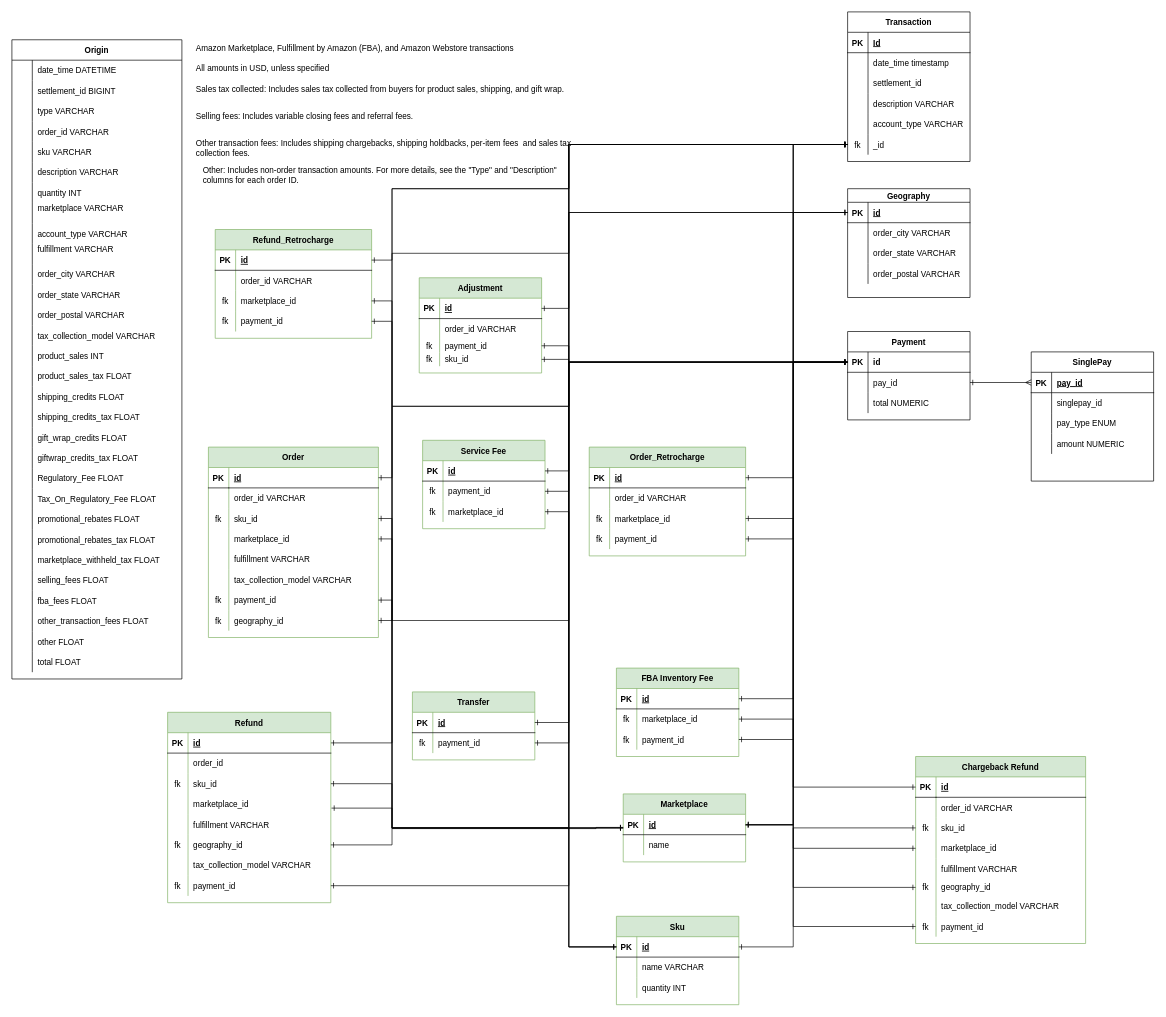
Urzhumtsev1/maelys keeps this draw.io diagram as norm_maelys.drawio.xml. Above is the earlier version. Source tidied: cells renumbered, new cells numbered last; positions are measured from the earlier drawing's top-left corner, leaving out a move shared by most shapes. Both pictures are drawn from the tidied source at 68%, with x=0, y=0 at pixel (12, 12).
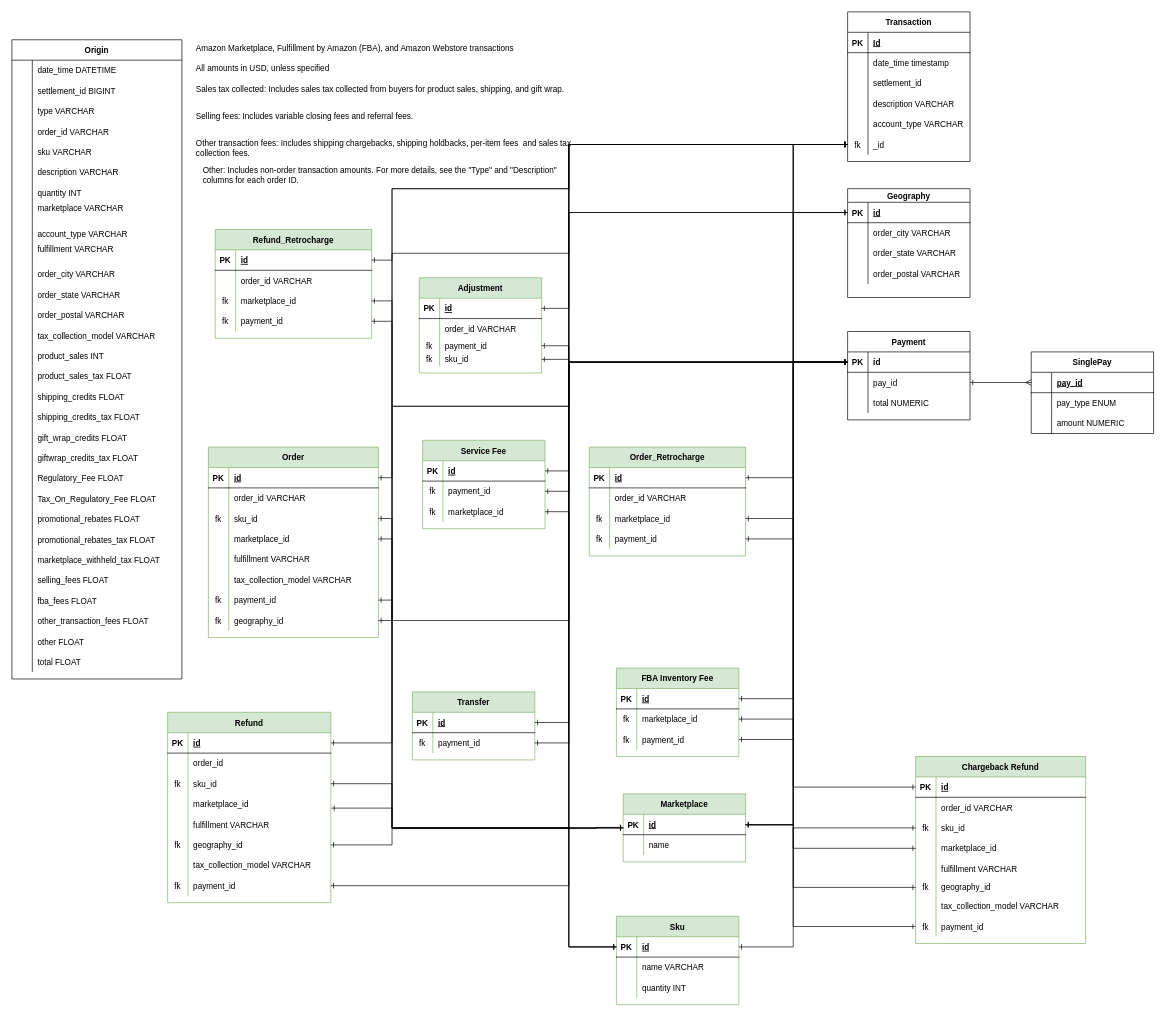
The same diagram, later.

The change refers to these unchanged cells:
```xml
<mxCell id="240" style="shape=tableRow;horizontal=0;startSize=0;swimlaneHead=0;swimlaneBody=0;fillColor=none;points=[[0,0.5],[1,0.5]];portConstraint=eastwest;top=0;left=0;right=0;bottom=1;strokeColor=default;" parent="239" vertex="1">
  <mxGeometry y="30" width="180" height="30" as="geometry" />
</mxCell>
```

Diff of the diagram source:
```diff
@@
     <mxCell id="239" value="SinglePay" style="shape=table;startSize=30;childLayout=tableLayout;rowLines=0;fontStyle=1;align=center;strokeColor=default;" parent="1" vertex="1">
-      <mxGeometry x="1499" y="500" width="180" height="190" as="geometry" />
+      <mxGeometry x="1499" y="500" width="180" height="120" as="geometry" />
     </mxCell>
@@
-    <mxCell id="241" value="PK" style="shape=partialRectangle;fillColor=none;top=0;left=0;bottom=0;right=0;fontStyle=1;overflow=hidden;strokeColor=default;" parent="240" vertex="1">
+    <mxCell id="241" style="shape=partialRectangle;fillColor=none;top=0;left=0;bottom=0;right=0;fontStyle=1;overflow=hidden;strokeColor=default;" parent="240" vertex="1">
       <mxGeometry width="30" height="30" as="geometry" />
     </mxCell>
@@
-    <mxCell id="243" style="shape=tableRow;horizontal=0;startSize=0;swimlaneHead=0;swimlaneBody=0;fillColor=none;top=0;left=0;right=0;bottom=0;strokeColor=default;" parent="239" vertex="1">
-      <mxGeometry y="60" width="180" height="30" as="geometry" />
-    </mxCell>
-    <mxCell id="244" style="shape=partialRectangle;fillColor=none;top=0;left=0;bottom=0;right=0;overflow=hidden;strokeColor=default;" parent="243" vertex="1">
-      <mxGeometry width="30" height="30" as="geometry" />
-    </mxCell>
-    <mxCell id="245" value="singlepay_id" style="shape=partialRectangle;fillColor=none;top=0;left=0;bottom=0;right=0;align=left;spacingLeft=6;overflow=hidden;strokeColor=default;" parent="243" vertex="1">
-      <mxGeometry x="30" width="150" height="30" as="geometry" />
-    </mxCell>
     <mxCell id="246" style="shape=tableRow;horizontal=0;startSize=0;swimlaneHead=0;swimlaneBody=0;fillColor=none;top=0;left=0;right=0;bottom=0;strokeColor=default;" parent="239" vertex="1">
-      <mxGeometry y="90" width="180" height="30" as="geometry" />
+      <mxGeometry y="60" width="180" height="30" as="geometry" />
     </mxCell>
@@
     <mxCell id="249" style="shape=tableRow;horizontal=0;startSize=0;swimlaneHead=0;swimlaneBody=0;fillColor=none;top=0;left=0;right=0;bottom=0;strokeColor=default;" parent="239" vertex="1">
-      <mxGeometry y="120" width="180" height="30" as="geometry" />
+      <mxGeometry y="90" width="180" height="30" as="geometry" />
     </mxCell>
```
